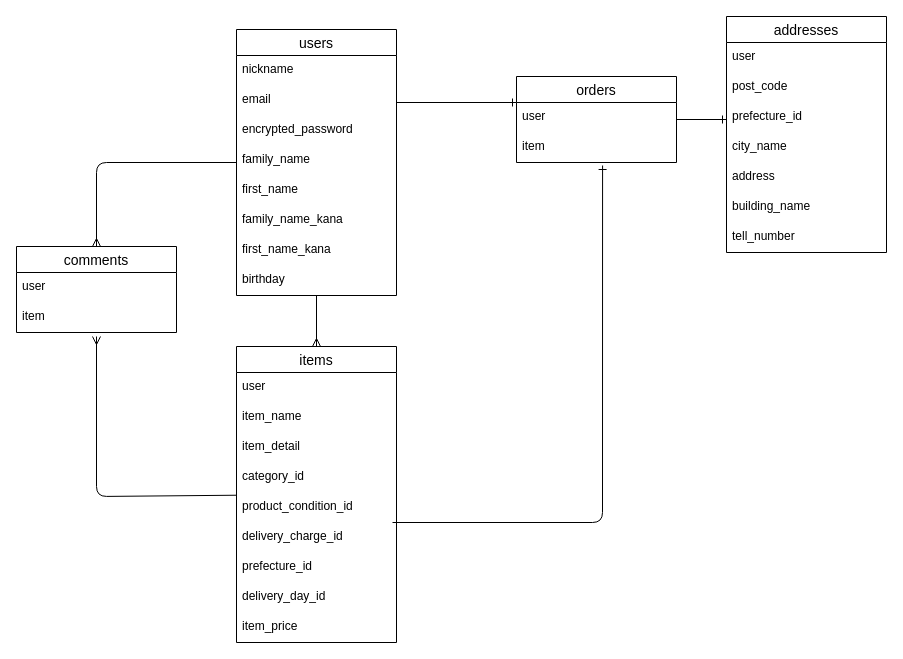
metamaru/furima-40260 keeps this draw.io diagram as furima.dio. Above is the earlier version. Source tidied: cells renumbered, new cells numbered last; positions are measured from the earlier drawing's top-left corner, leaving out a move shared by most shapes. Both pictures are drawn from the tidied source at 100%, with x=0, y=0 at pixel (16, 16).
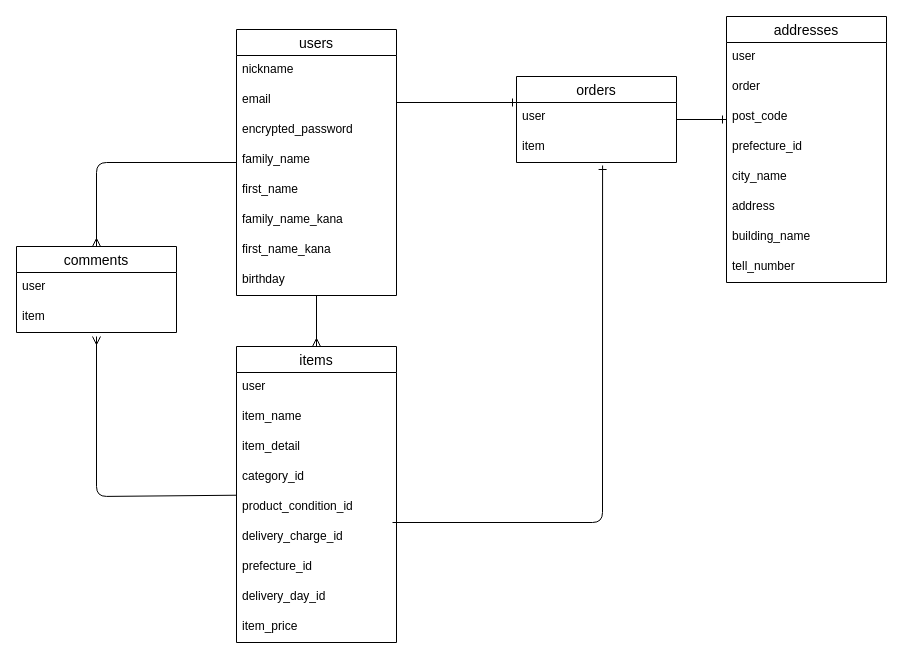
The same diagram, later.

Commit message (it also covers changes not shown here):
テーブル設計4度目の修正

Diff of the diagram source:
```diff
@@
     <mxCell id="29" value="addresses" style="swimlane;fontStyle=0;horizontal=1;startSize=26;align=center;fontSize=14;" parent="1" vertex="1">
-      <mxGeometry x="710" width="160" height="236" as="geometry" />
+      <mxGeometry x="710" width="160" height="266" as="geometry" />
     </mxCell>
@@
+    <mxCell id="41" value="order" style="text;strokeColor=none;fillColor=none;spacingLeft=4;spacingRight=4;overflow=hidden;fontSize=12;" parent="29" vertex="1">
+      <mxGeometry y="56" width="160" height="30" as="geometry" />
+    </mxCell>
     <mxCell id="31" value="post_code" style="text;strokeColor=none;fillColor=none;spacingLeft=4;spacingRight=4;overflow=hidden;fontSize=12;" parent="29" vertex="1">
-      <mxGeometry y="56" width="160" height="30" as="geometry" />
+      <mxGeometry y="86" width="160" height="30" as="geometry" />
     </mxCell>
     <mxCell id="32" value="prefecture_id" style="text;strokeColor=none;fillColor=none;spacingLeft=4;spacingRight=4;overflow=hidden;fontSize=12;" parent="29" vertex="1">
-      <mxGeometry y="86" width="160" height="30" as="geometry" />
+      <mxGeometry y="116" width="160" height="30" as="geometry" />
     </mxCell>
     <mxCell id="33" value="city_name" style="text;strokeColor=none;fillColor=none;spacingLeft=4;spacingRight=4;overflow=hidden;fontSize=12;" parent="29" vertex="1">
-      <mxGeometry y="116" width="160" height="30" as="geometry" />
+      <mxGeometry y="146" width="160" height="30" as="geometry" />
     </mxCell>
     <mxCell id="34" value="address" style="text;strokeColor=none;fillColor=none;spacingLeft=4;spacingRight=4;overflow=hidden;fontSize=12;" parent="29" vertex="1">
-      <mxGeometry y="146" width="160" height="30" as="geometry" />
+      <mxGeometry y="176" width="160" height="30" as="geometry" />
     </mxCell>
     <mxCell id="35" value="building_name" style="text;strokeColor=none;fillColor=none;spacingLeft=4;spacingRight=4;overflow=hidden;fontSize=12;" parent="29" vertex="1">
-      <mxGeometry y="176" width="160" height="30" as="geometry" />
+      <mxGeometry y="206" width="160" height="30" as="geometry" />
     </mxCell>
     <mxCell id="36" value="tell_number" style="text;strokeColor=none;fillColor=none;spacingLeft=4;spacingRight=4;overflow=hidden;fontSize=12;" parent="29" vertex="1">
-      <mxGeometry y="206" width="160" height="30" as="geometry" />
+      <mxGeometry y="236" width="160" height="30" as="geometry" />
     </mxCell>
```
